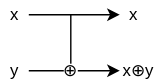
Before: images/lec-cnot2.drawio.svg, a diagram exported from draw.io (herumi/lecture-crypto). Source tidied: cells renumbered, new cells last; positions are measured from the earlier drawing's top-left corner, leaving out a move shared by most shapes. Source of this version:
```xml
<mxGraphModel>
  <root>
    <mxCell id="0" />
    <mxCell id="1" parent="0" />
    <mxCell id="2" style="edgeStyle=none;html=1;exitX=1;exitY=0.5;exitDx=0;exitDy=0;entryX=0;entryY=0.5;entryDx=0;entryDy=0;" parent="1" edge="1" source="3" target="6">
      <mxGeometry relative="1" as="geometry" />
    </mxCell>
    <mxCell id="3" value="x" style="text;html=1;align=center;verticalAlign=middle;whiteSpace=wrap;rounded=0;" parent="1" vertex="1">
      <mxGeometry width="20" height="20" as="geometry" />
    </mxCell>
    <mxCell id="4" style="edgeStyle=none;html=1;exitX=1;exitY=0.5;exitDx=0;exitDy=0;entryX=0;entryY=0.5;entryDx=0;entryDy=0;" parent="1" edge="1" source="5" target="7">
      <mxGeometry relative="1" as="geometry" />
    </mxCell>
    <mxCell id="5" value="y" style="text;html=1;align=center;verticalAlign=middle;whiteSpace=wrap;rounded=0;" parent="1" vertex="1">
      <mxGeometry y="40" width="20" height="20" as="geometry" />
    </mxCell>
    <mxCell id="6" value="x" style="text;html=1;align=center;verticalAlign=middle;whiteSpace=wrap;rounded=0;" parent="1" vertex="1">
      <mxGeometry x="85" width="20" height="20" as="geometry" />
    </mxCell>
    <mxCell id="7" value="x⊕y" style="text;html=1;align=center;verticalAlign=middle;whiteSpace=wrap;rounded=0;" parent="1" vertex="1">
      <mxGeometry x="85" y="40" width="27" height="20" as="geometry" />
    </mxCell>
    <mxCell id="8" style="edgeStyle=none;html=1;endArrow=none;endFill=0;" parent="1" edge="1">
      <mxGeometry relative="1" as="geometry">
        <mxPoint x="50" y="10" as="sourcePoint" />
        <mxPoint x="50" y="50" as="targetPoint" />
      </mxGeometry>
    </mxCell>
    <mxCell id="9" value="⊕" style="text;html=1;align=center;verticalAlign=middle;whiteSpace=wrap;rounded=0;fillColor=default;" parent="1" vertex="1">
      <mxGeometry x="45" y="45" width="10" height="10" as="geometry" />
    </mxCell>
  </root>
</mxGraphModel>
```
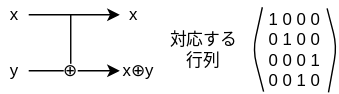
After the commit.

Diff of the diagram source:
```diff
@@ -29,5 +29,27 @@
     <mxCell id="9" value="⊕" style="text;html=1;align=center;verticalAlign=middle;whiteSpace=wrap;rounded=0;fillColor=default;" parent="1" vertex="1">
       <mxGeometry x="45" y="45" width="10" height="10" as="geometry" />
     </mxCell>
+    <mxCell id="10" value="対応する&lt;div&gt;行列&lt;/div&gt;" style="text;html=1;align=center;verticalAlign=middle;whiteSpace=wrap;rounded=0;" parent="1" vertex="1">
+      <mxGeometry x="120" y="20" width="50" height="30" as="geometry" />
+    </mxCell>
+    <mxCell id="11" value="1 0 0 0&lt;div&gt;0 1 0 0&lt;/div&gt;&lt;div&gt;0 0 0 1&lt;/div&gt;&lt;div&gt;0 0 1 0&lt;/div&gt;" style="text;html=1;align=center;verticalAlign=middle;whiteSpace=wrap;rounded=0;" parent="1" vertex="1">
+      <mxGeometry x="180" y="12.4" width="60" height="45" as="geometry" />
+    </mxCell>
+    <mxCell id="12" style="endArrow=none;html=1;entryX=0.113;entryY=-0.173;entryDx=0;entryDy=0;entryPerimeter=0;exitX=0.128;exitY=1.165;exitDx=0;exitDy=0;exitPerimeter=0;" parent="1" edge="1" source="11" target="11">
+      <mxGeometry relative="1" as="geometry">
+        <Array as="points">
+          <mxPoint x="180" y="35.4" />
+        </Array>
+      </mxGeometry>
+    </mxCell>
+    <mxCell id="13" style="endArrow=none;html=1;entryX=0.113;entryY=-0.173;entryDx=0;entryDy=0;entryPerimeter=0;exitX=0.128;exitY=1.165;exitDx=0;exitDy=0;exitPerimeter=0;" parent="1" edge="1">
+      <mxGeometry relative="1" as="geometry">
+        <mxPoint x="234" y="65.4" as="sourcePoint" />
+        <mxPoint x="233" y="5.4" as="targetPoint" />
+        <Array as="points">
+          <mxPoint x="240" y="32.4" />
+        </Array>
+      </mxGeometry>
+    </mxCell>
   </root>
 </mxGraphModel>
```
